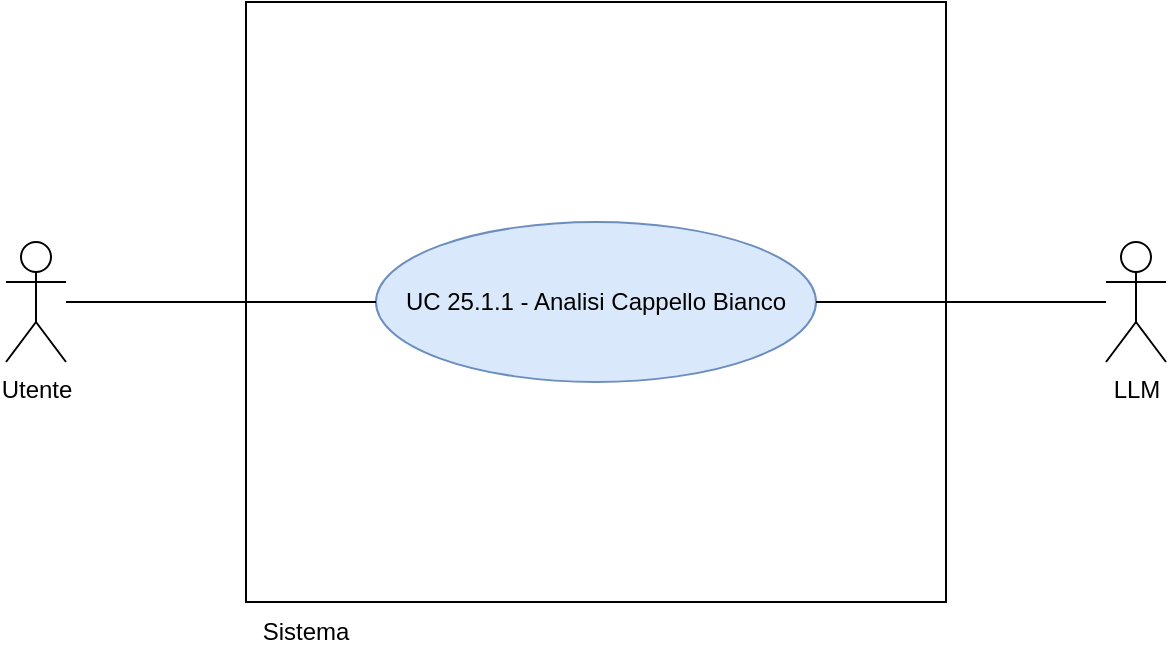
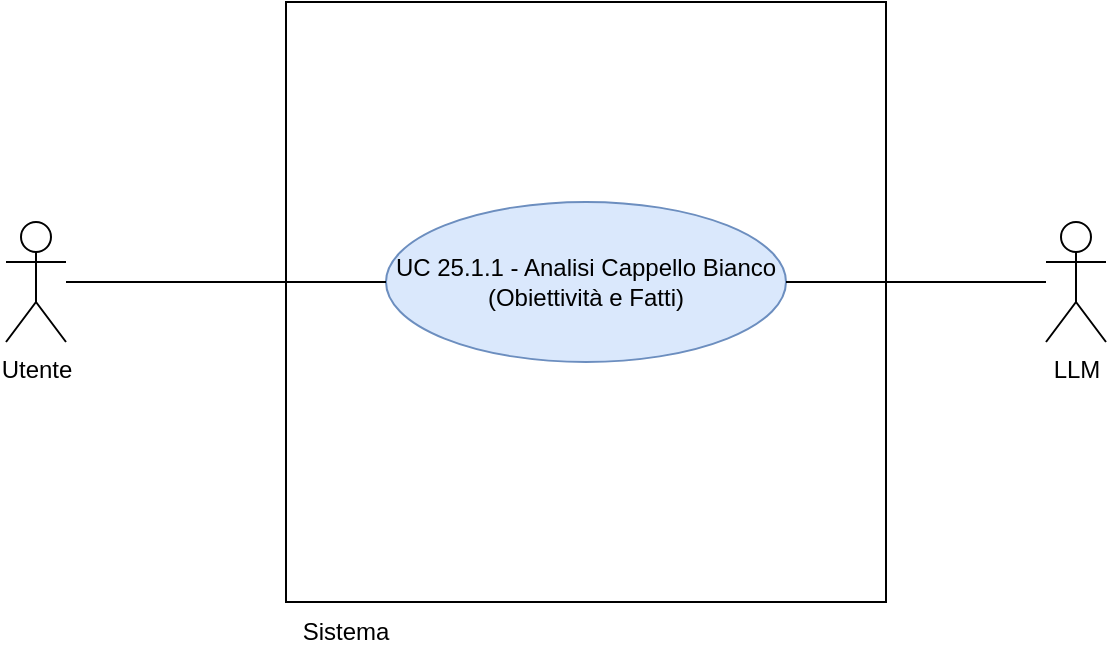
<mxfile host="app.diagrams.net">
  <diagram name="UC 11 - Gestione Codice" id="Kt2Dgr2KxfvWRwyXOeAN">
-     <mxGraphModel dx="1134" dy="789" grid="1" gridSize="10" guides="1" tooltips="1" connect="1" arrows="1" fold="1" page="1" pageScale="1" pageWidth="850" pageHeight="1100" math="0" shadow="0">
+     <mxGraphModel dx="1634" dy="1032" grid="1" gridSize="10" guides="1" tooltips="1" connect="1" arrows="1" fold="1" page="1" pageScale="1" pageWidth="850" pageHeight="1100" math="0" shadow="0">
      <root>
        <mxCell id="0" />
        <mxCell id="1" parent="0" />
-         <mxCell id="p2sep0m7qQ60FvVHNfT_-319" parent="1" style="shape=umlActor;verticalLabelPosition=bottom;verticalAlign=top;html=1;outlineConnect=0;" value="Utente" vertex="1">
-           <mxGeometry height="60" width="30" x="170" y="310" as="geometry" />
+         <mxCell id="p2sep0m7qQ60FvVHNfT_-643" parent="1" style="whiteSpace=wrap;html=1;aspect=fixed;" value="" vertex="1">
+           <mxGeometry height="300" width="300" x="230" y="220" as="geometry" />
        </mxCell>
-         <mxCell id="p2sep0m7qQ60FvVHNfT_-320" parent="1" style="shape=umlActor;verticalLabelPosition=bottom;verticalAlign=top;html=1;outlineConnect=0;" value="LLM" vertex="1">
-           <mxGeometry height="60" width="30" x="720" y="310" as="geometry" />
+         <mxCell id="p2sep0m7qQ60FvVHNfT_-644" parent="1" style="text;html=1;whiteSpace=wrap;strokeColor=none;fillColor=none;align=center;verticalAlign=middle;rounded=0;" value="Sistema" vertex="1">
+           <mxGeometry height="30" width="60" x="230" y="520" as="geometry" />
        </mxCell>
-         <mxCell id="p2sep0m7qQ60FvVHNfT_-321" parent="1" style="whiteSpace=wrap;html=1;aspect=fixed;" value="" vertex="1">
-           <mxGeometry height="300" width="350" x="290" y="190" as="geometry" />
+         <mxCell id="p2sep0m7qQ60FvVHNfT_-645" parent="1" style="shape=umlActor;verticalLabelPosition=bottom;verticalAlign=top;html=1;outlineConnect=0;" value="Utente" vertex="1">
+           <mxGeometry height="60" width="30" x="90" y="330" as="geometry" />
        </mxCell>
-         <mxCell id="p2sep0m7qQ60FvVHNfT_-322" parent="1" style="text;html=1;whiteSpace=wrap;strokeColor=none;fillColor=none;align=center;verticalAlign=middle;rounded=0;" value="Sistema" vertex="1">
-           <mxGeometry height="30" width="60" x="290" y="490" as="geometry" />
+         <mxCell id="p2sep0m7qQ60FvVHNfT_-646" parent="1" style="shape=umlActor;verticalLabelPosition=bottom;verticalAlign=top;html=1;outlineConnect=0;" value="LLM" vertex="1">
+           <mxGeometry height="60" width="30" x="610" y="330" as="geometry" />
        </mxCell>
-         <mxCell id="p2sep0m7qQ60FvVHNfT_-323" parent="1" style="ellipse;whiteSpace=wrap;html=1;fillColor=#dae8fc;strokeColor=#6c8ebf;" value="UC 25.1.1 - Analisi Cappello Bianco" vertex="1">
-           <mxGeometry height="80" width="220" x="355" y="300" as="geometry" />
+         <mxCell id="p2sep0m7qQ60FvVHNfT_-647" parent="1" style="ellipse;whiteSpace=wrap;html=1;fillColor=#dae8fc;strokeColor=#6c8ebf;" value="UC 25.1.1 - Analisi Cappello Bianco&lt;br&gt;(Obiettività e Fatti)" vertex="1">
+           <mxGeometry height="80" width="200" x="280" y="320" as="geometry" />
        </mxCell>
-         <mxCell id="p2sep0m7qQ60FvVHNfT_-324" edge="1" parent="1" source="p2sep0m7qQ60FvVHNfT_-319" style="edgeStyle=none;rounded=0;orthogonalLoop=1;jettySize=auto;html=1;endArrow=none;endFill=0;" target="p2sep0m7qQ60FvVHNfT_-323">
+         <mxCell id="p2sep0m7qQ60FvVHNfT_-648" edge="1" parent="1" source="p2sep0m7qQ60FvVHNfT_-645" style="edgeStyle=none;rounded=0;orthogonalLoop=1;jettySize=auto;html=1;endArrow=none;endFill=0;" target="p2sep0m7qQ60FvVHNfT_-647">
          <mxGeometry relative="1" as="geometry" />
        </mxCell>
-         <mxCell id="p2sep0m7qQ60FvVHNfT_-325" edge="1" parent="1" source="p2sep0m7qQ60FvVHNfT_-320" style="edgeStyle=none;rounded=0;orthogonalLoop=1;jettySize=auto;html=1;endArrow=none;endFill=0;" target="p2sep0m7qQ60FvVHNfT_-323">
+         <mxCell id="p2sep0m7qQ60FvVHNfT_-649" edge="1" parent="1" source="p2sep0m7qQ60FvVHNfT_-646" style="edgeStyle=none;rounded=0;orthogonalLoop=1;jettySize=auto;html=1;endArrow=none;endFill=0;" target="p2sep0m7qQ60FvVHNfT_-647">
          <mxGeometry relative="1" as="geometry" />
        </mxCell>
      </root>
    </mxGraphModel>
  </diagram>
</mxfile>
